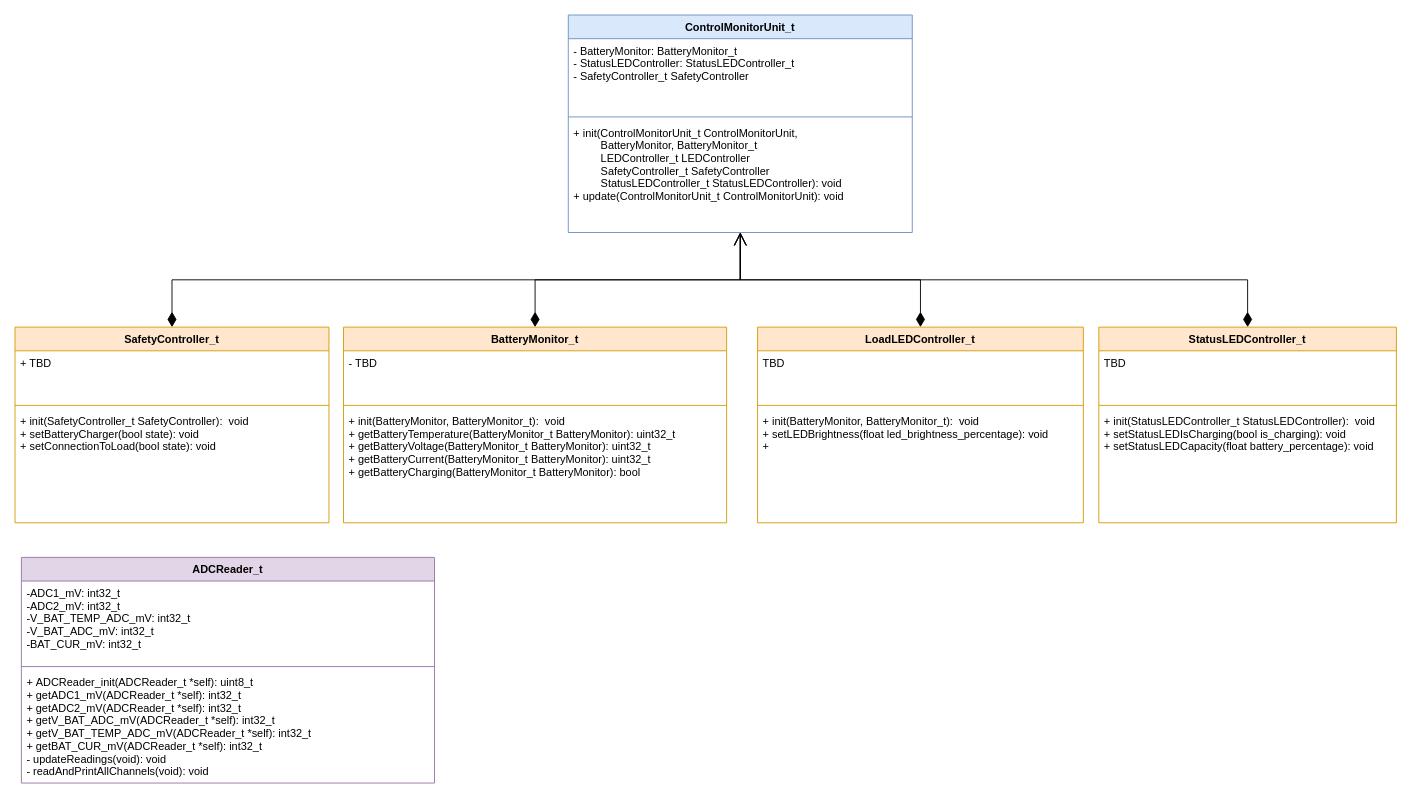
The draw.io diagram doc/class_diagram.drawio in andrew-elsayeh/illumicarge_firmware, before the edit. Source tidied: cells renumbered, new cells numbered last; positions are measured from the earlier drawing's top-left corner, leaving out a move shared by most shapes. Both pictures are drawn from the tidied source at 91%, with x=0, y=0 at pixel (15, 15).
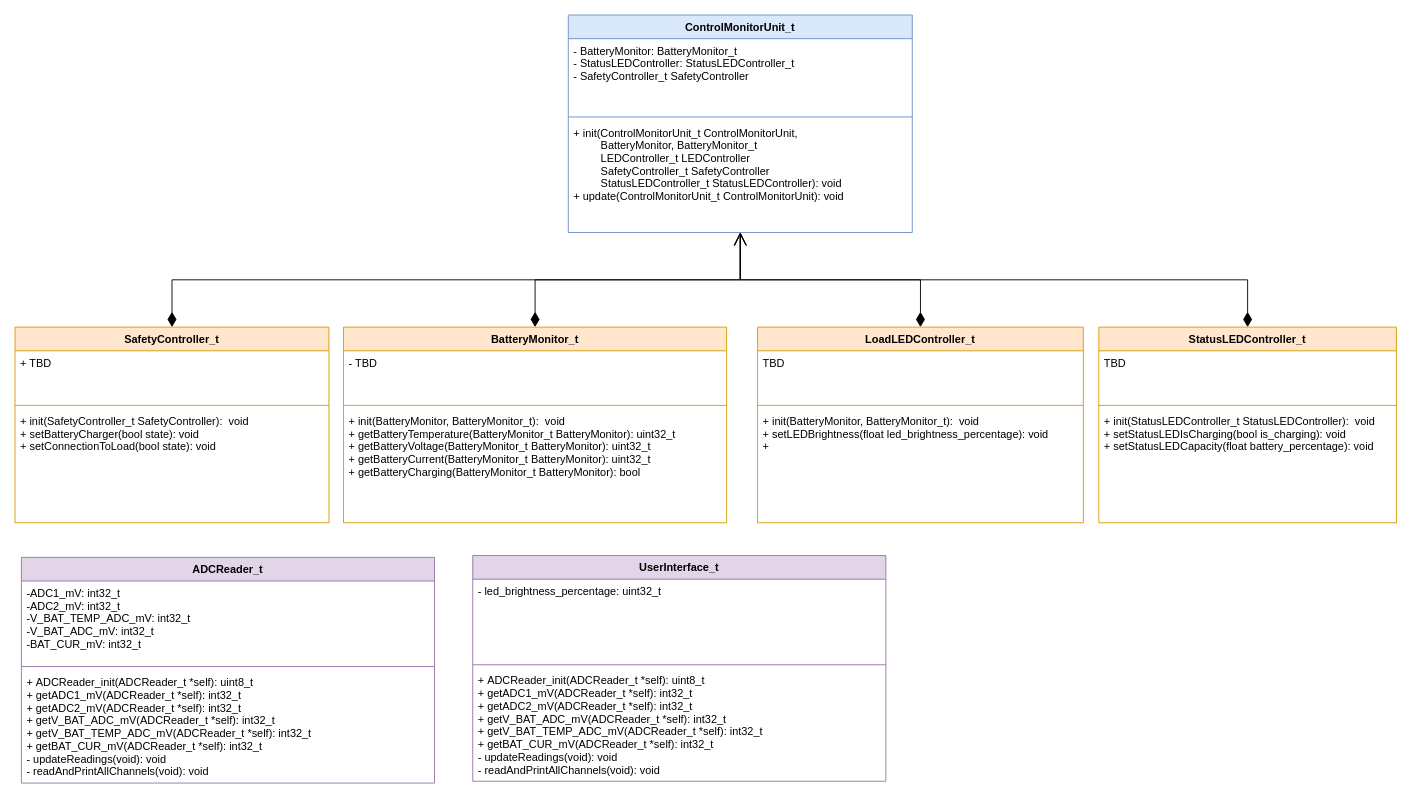
The same page after the edit.

Commit message (it also covers changes not shown here):
Create Empty User Interface Class

The edit, as a diff of the source:
```diff
@@
+    <mxCell id="30" value="UserInterface_t" style="swimlane;fontStyle=1;align=center;verticalAlign=top;horizontal=1;startSize=26;fontFamily=Avenir;fillColor=#e1d5e7;strokeColor=#9673a6;" parent="1" vertex="1">
+      <mxGeometry x="503" y="594" width="454" height="248" as="geometry" />
+    </mxCell>
+    <mxCell id="31" value="- led_brightness_percentage: uint32_t" style="text;strokeColor=none;fillColor=none;align=left;verticalAlign=top;spacingLeft=4;spacingRight=4;overflow=hidden;fontFamily=Avenir;" parent="30" vertex="1">
+      <mxGeometry y="26" width="454" height="90" as="geometry" />
+    </mxCell>
+    <mxCell id="32" style="line;strokeWidth=1;fillColor=none;align=left;verticalAlign=middle;spacingTop=-1;spacingLeft=3;spacingRight=3;labelPosition=right;strokeColor=inherit;fontFamily=Avenir;" parent="30" vertex="1">
+      <mxGeometry y="116" width="454" height="8" as="geometry" />
+    </mxCell>
+    <mxCell id="33" value="+ ADCReader_init(ADCReader_t *self): uint8_t&#10;+ getADC1_mV(ADCReader_t *self): int32_t&#10;+ getADC2_mV(ADCReader_t *self): int32_t&#10;+ getV_BAT_ADC_mV(ADCReader_t *self): int32_t&#10;+ getV_BAT_TEMP_ADC_mV(ADCReader_t *self): int32_t&#10;+ getBAT_CUR_mV(ADCReader_t *self): int32_t&#10;- updateReadings(void): void&#10;- readAndPrintAllChannels(void): void&#10;" style="text;strokeColor=none;fillColor=none;align=left;verticalAlign=top;spacingLeft=4;spacingRight=4;overflow=hidden;fontFamily=Avenir;" parent="30" vertex="1">
+      <mxGeometry y="124" width="454" height="124" as="geometry" />
+    </mxCell>
```
